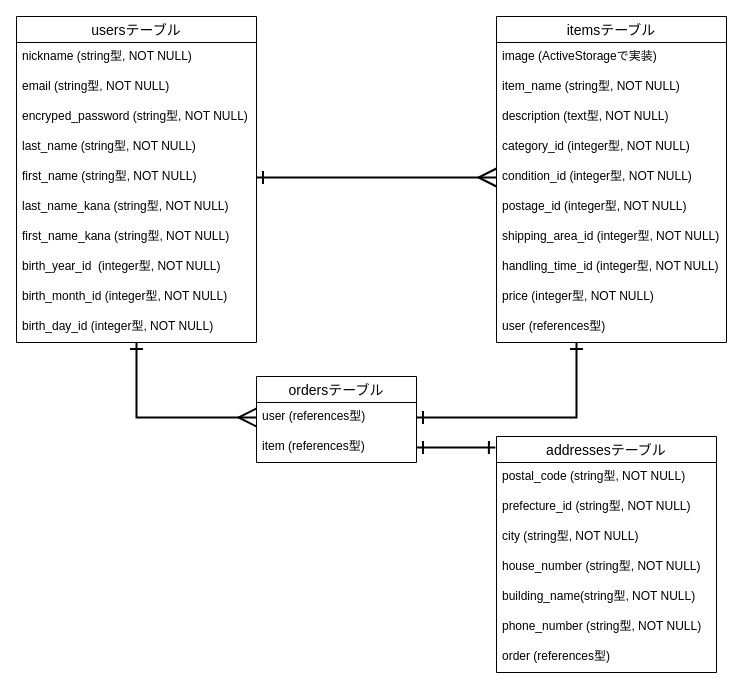
The draw.io diagram test.dio in shizuka-yamamoto/furima-35824, before the edit. Source tidied: cells renumbered, new cells numbered last; positions are measured from the earlier drawing's top-left corner, leaving out a move shared by most shapes. Both pictures are drawn from the tidied source at 100%, with x=0, y=0 at pixel (16, 16).
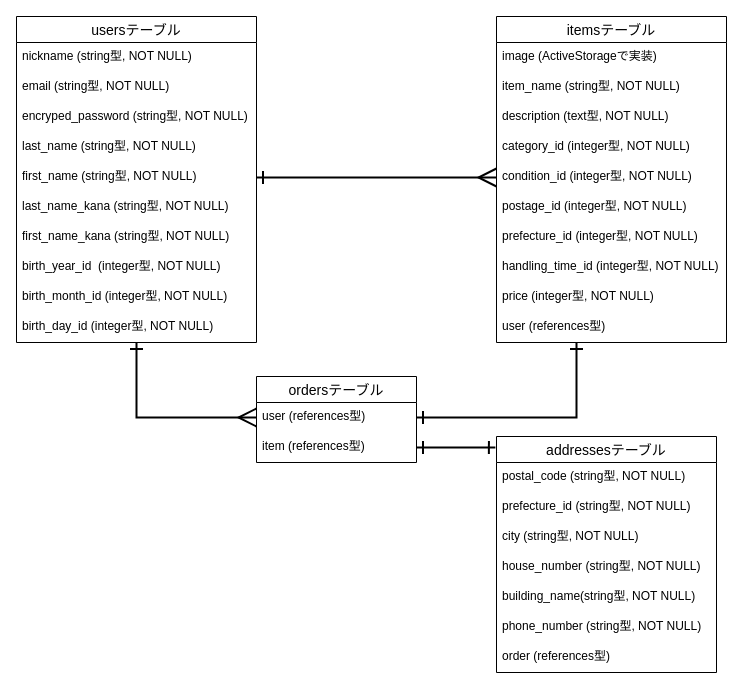
Above is the later version.

Unchanged cells that the change refers to:
```xml
<mxCell id="26" value="itemsテーブル" style="swimlane;fontStyle=0;horizontal=1;startSize=26;align=center;fontSize=14;labelBackgroundColor=none;html=0;" parent="1" vertex="1">
  <mxGeometry x="480" width="230" height="326" as="geometry" />
</mxCell>
```

The edit, as a diff of the source:
```diff
@@
-    <mxCell id="33" value="shipping_area_id (integer型, NOT NULL)" style="text;strokeColor=none;fillColor=none;spacingLeft=4;spacingRight=4;overflow=hidden;fontSize=12;labelBackgroundColor=none;html=0;" parent="26" vertex="1">
+    <mxCell id="33" value="prefecture_id (integer型, NOT NULL)" style="text;strokeColor=none;fillColor=none;spacingLeft=4;spacingRight=4;overflow=hidden;fontSize=12;labelBackgroundColor=none;html=0;" parent="26" vertex="1">
       <mxGeometry y="206" width="230" height="30" as="geometry" />
     </mxCell>
```
